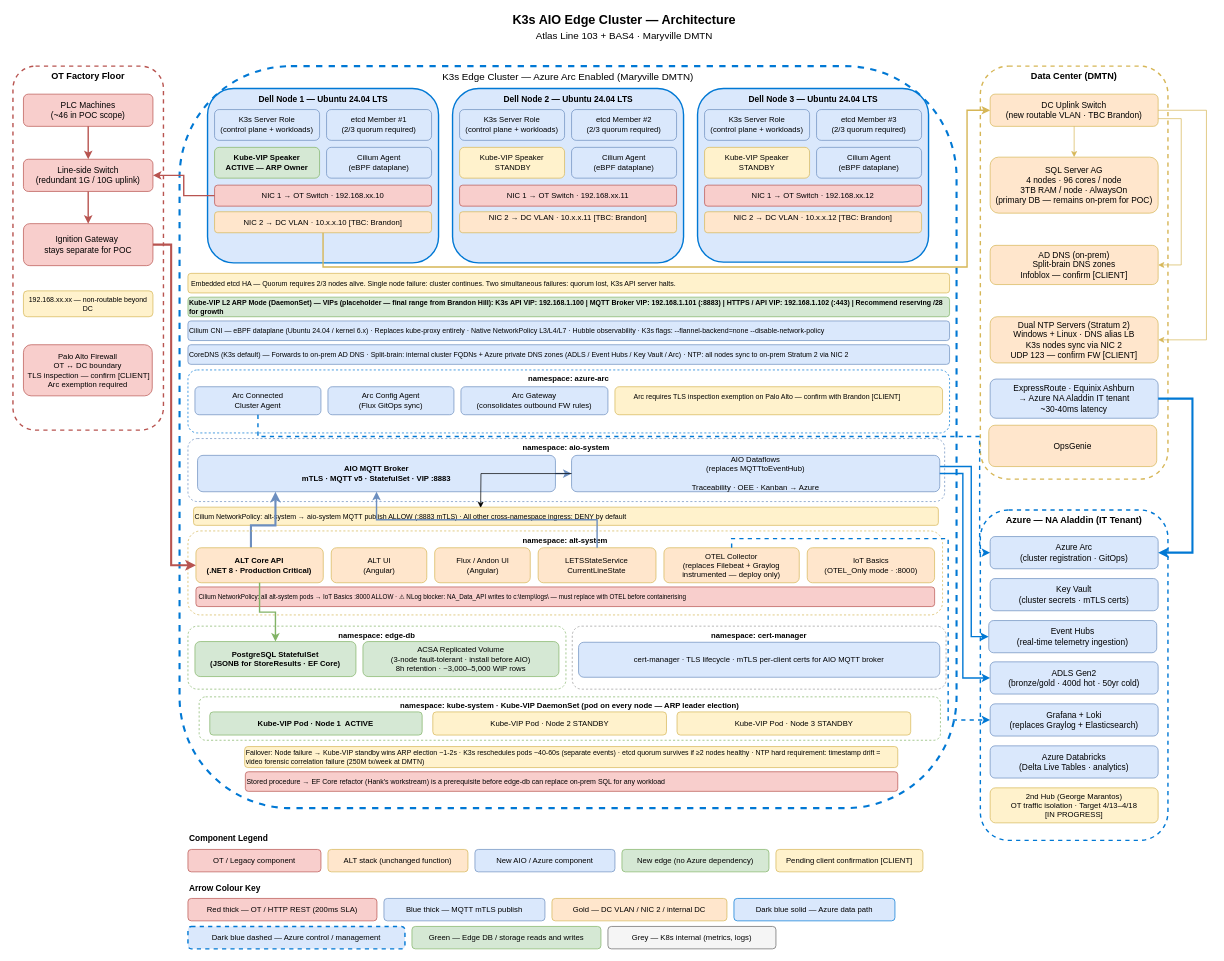
Before: page "Architecture" (1 of 5) of aio/AIO.drawio in avinashr-insight/manufacturing-iot, a draw.io diagram. Source tidied: cells renumbered, new cells numbered last; positions are measured from the earlier drawing's top-left corner, leaving out a move shared by most shapes. Both pictures are drawn from the tidied source at 70%, with x=0, y=0 at pixel (13, 12).
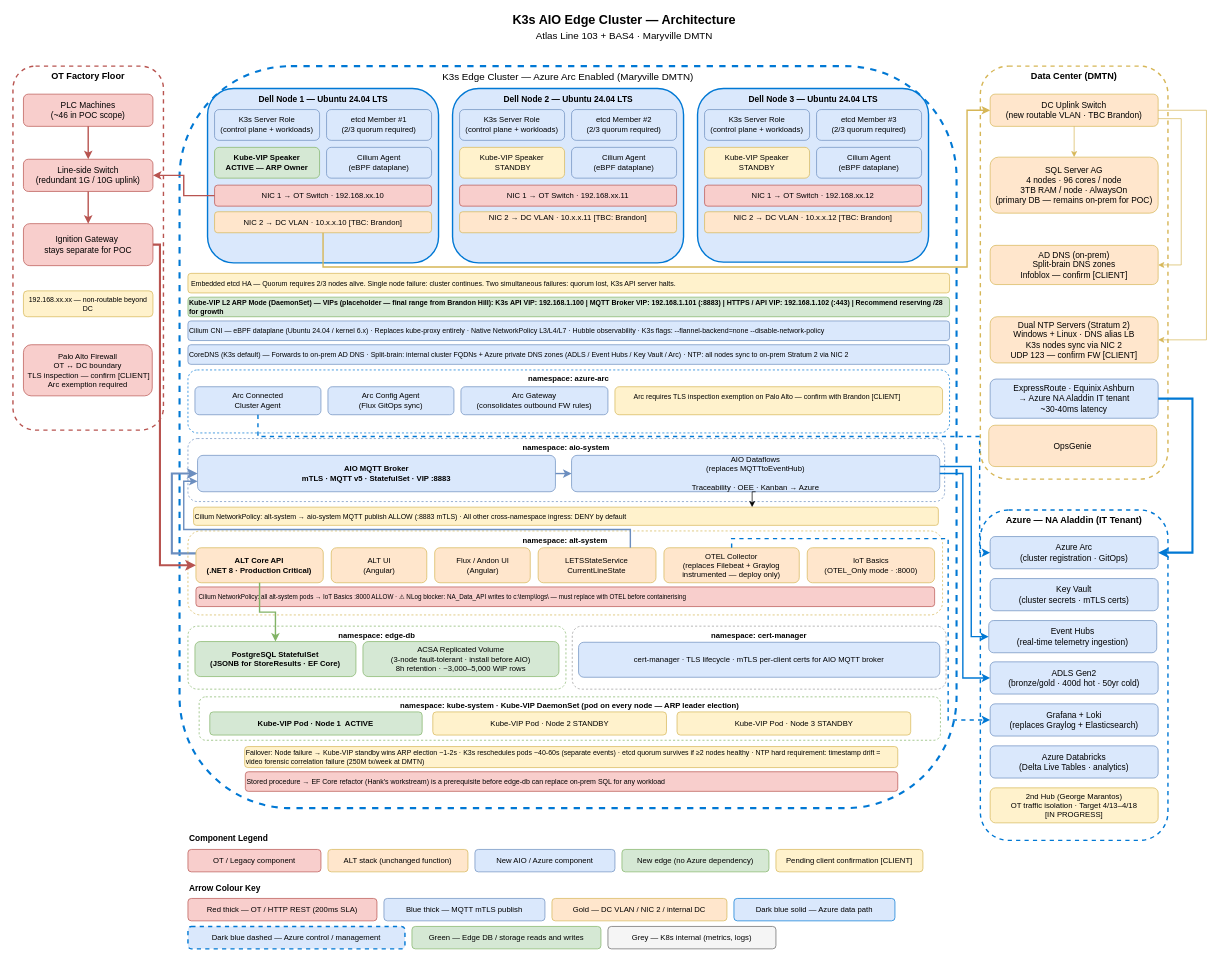
After the change.

Commit message:
fix more arrow overlap

The change refers to these unchanged cells:
```xml
<mxCell id="6" value="Ignition Gateway&amp;nbsp;&lt;div&gt;stays separate for POC&lt;/div&gt;" style="rounded=1;whiteSpace=wrap;html=1;fillColor=#f8cecc;strokeColor=#b85450;fontSize=12;" parent="1" vertex="1">
  <mxGeometry x="15" y="302" width="185" height="60" as="geometry" />
</mxCell>
<mxCell id="43" value="Cilium NetworkPolicy: alt-system → aio-system MQTT publish ALLOW (:8883 mTLS) · All other cross-namespace ingress: DENY by default" style="rounded=1;whiteSpace=wrap;html=1;fillColor=#fff2cc;strokeColor=#d6b656;fontSize=10;align=left;" parent="1" vertex="1">
  <mxGeometry x="258" y="707" width="1064" height="26" as="geometry" />
</mxCell>
<mxCell id="91" value="AIO MQTT Broker&#10;mTLS · MQTT v5 · StatefulSet · VIP :8883" style="rounded=1;whiteSpace=wrap;html=1;fillColor=#dae8fc;strokeColor=#6c8ebf;fontSize=11;fontStyle=1;" parent="89" vertex="1">
  <mxGeometry x="13.7" y="24" width="511.3" height="52" as="geometry" />
</mxCell>
<mxCell id="92" value="AIO Dataflows&lt;br&gt;(replaces MQTTtoEventHub)&lt;div&gt;&lt;br&gt;Traceability · OEE · Kanban → Azure&lt;/div&gt;" style="rounded=1;whiteSpace=wrap;html=1;fillColor=#dae8fc;strokeColor=#6c8ebf;fontSize=11;" parent="89" vertex="1">
  <mxGeometry x="548" y="24" width="526" height="52" as="geometry" />
</mxCell>
<mxCell id="104" value="ALT Core API&#10;(.NET 8 · Production Critical)" style="rounded=1;whiteSpace=wrap;html=1;fillColor=#ffe6cc;strokeColor=#d6b656;fontSize=11;fontStyle=1;" parent="102" vertex="1">
  <mxGeometry x="11.4" y="24" width="181.9" height="50" as="geometry" />
</mxCell>
<mxCell id="107" value="LETSStateService&#10;CurrentLineState" style="rounded=1;whiteSpace=wrap;html=1;fillColor=#ffe6cc;strokeColor=#d6b656;fontSize=11;" parent="102" vertex="1">
  <mxGeometry x="500.3" y="24" width="168.3" height="50" as="geometry" />
</mxCell>
```

Diff of the diagram source:
```diff
@@
     <mxCell id="69" style="edgeStyle=orthogonalEdgeStyle;rounded=0;html=1;strokeColor=#6c8ebf;strokeWidth=3;" parent="1" edge="1" source="104" target="91">
       <mxGeometry relative="1" as="geometry">
         <Array as="points">
-          <mxPoint x="340" y="733" />
-          <mxPoint x="375" y="733" />
+          <mxPoint x="227" y="773" />
+          <mxPoint x="227" y="659" />
         </Array>
       </mxGeometry>
     </mxCell>
@@
-    <mxCell id="95" style="edgeStyle=orthogonalEdgeStyle;rounded=0;jettySize=auto;html=1;exitX=0;exitY=0.5;exitDx=0;exitDy=0;" parent="1" edge="1" source="92">
-      <mxGeometry relative="1" as="geometry">
-        <mxPoint x="668.1" y="708" as="targetPoint" />
-      </mxGeometry>
+    <mxCell id="95" style="edgeStyle=orthogonalEdgeStyle;rounded=0;jettySize=auto;html=1;exitX=0.5;exitY=1;exitDx=0;exitDy=0;entryX=0.75;entryY=0;entryDx=0;entryDy=0;" parent="1" edge="1" source="92" target="43">
+      <mxGeometry relative="1" as="geometry" />
     </mxCell>
@@
     <mxCell id="111" style="edgeStyle=orthogonalEdgeStyle;rounded=0;html=1;strokeColor=#6c8ebf;strokeWidth=2;" parent="1" edge="1" source="107" target="91">
-      <mxGeometry relative="1" as="geometry" />
+      <mxGeometry relative="1" as="geometry">
+        <Array as="points">
+          <mxPoint x="882" y="739" />
+          <mxPoint x="244" y="739" />
+          <mxPoint x="244" y="670" />
+        </Array>
+      </mxGeometry>
     </mxCell>
@@
     <mxCell id="113" style="edgeStyle=orthogonalEdgeStyle;rounded=0;html=1;strokeColor=#b85450;strokeWidth=3;" parent="1" edge="1" source="6" target="104">
       <mxGeometry relative="1" as="geometry">
         <Array as="points">
-          <mxPoint x="226" y="332" />
-          <mxPoint x="226" y="790" />
+          <mxPoint x="210" y="332" />
+          <mxPoint x="210" y="790" />
         </Array>
       </mxGeometry>
     </mxCell>
```
